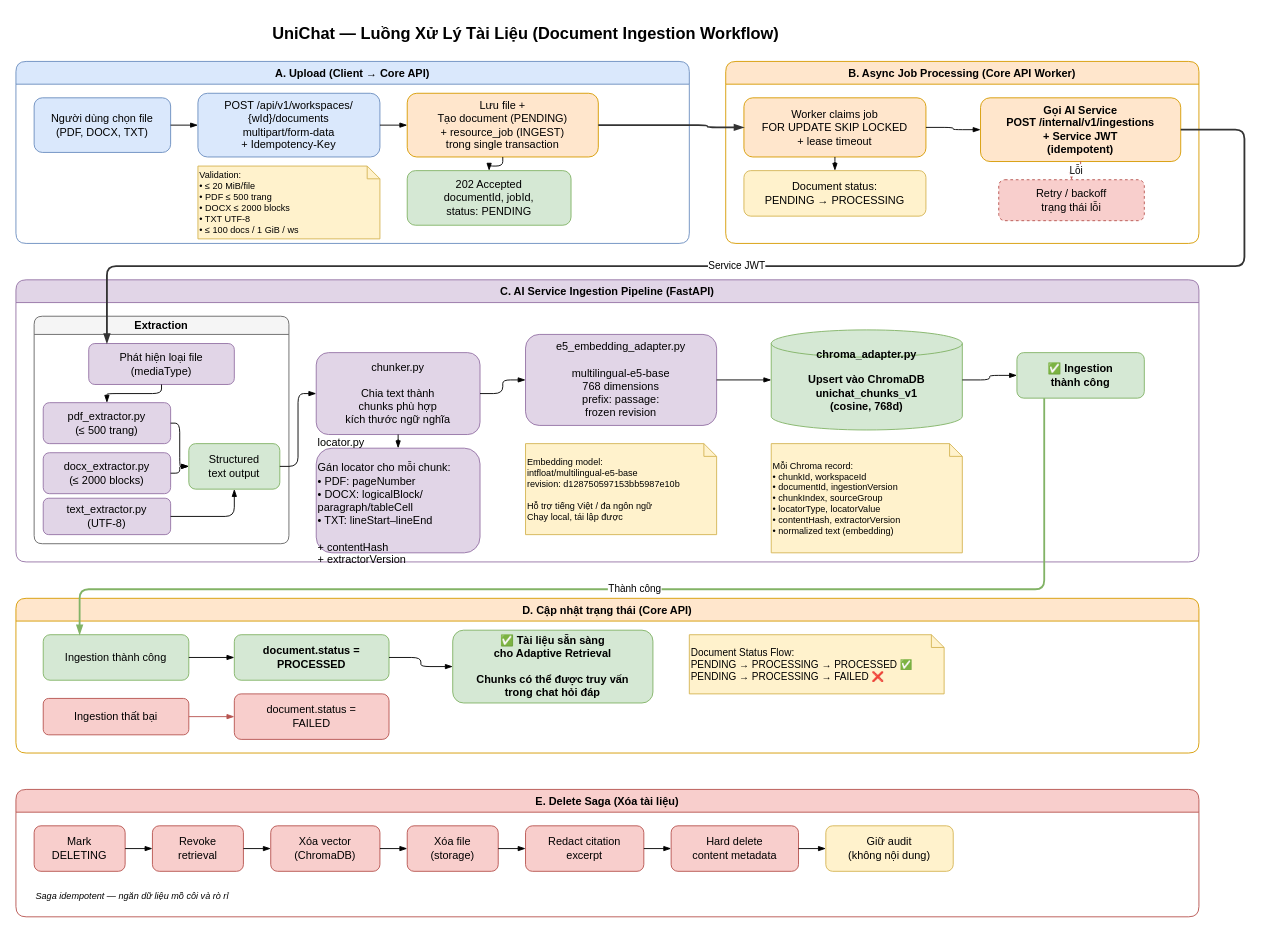
Hiep0718/unichat keeps this draw.io diagram as docs/thesis/05-so-do-drawio/unichat-document-ingestion-workflow.drawio. Above is the earlier version. Source tidied: cells renumbered, new cells numbered last; positions are measured from the earlier drawing's top-left corner, leaving out a move shared by most shapes. Both pictures are drawn from the tidied source at 91%, with x=0, y=0 at pixel (15, 15).
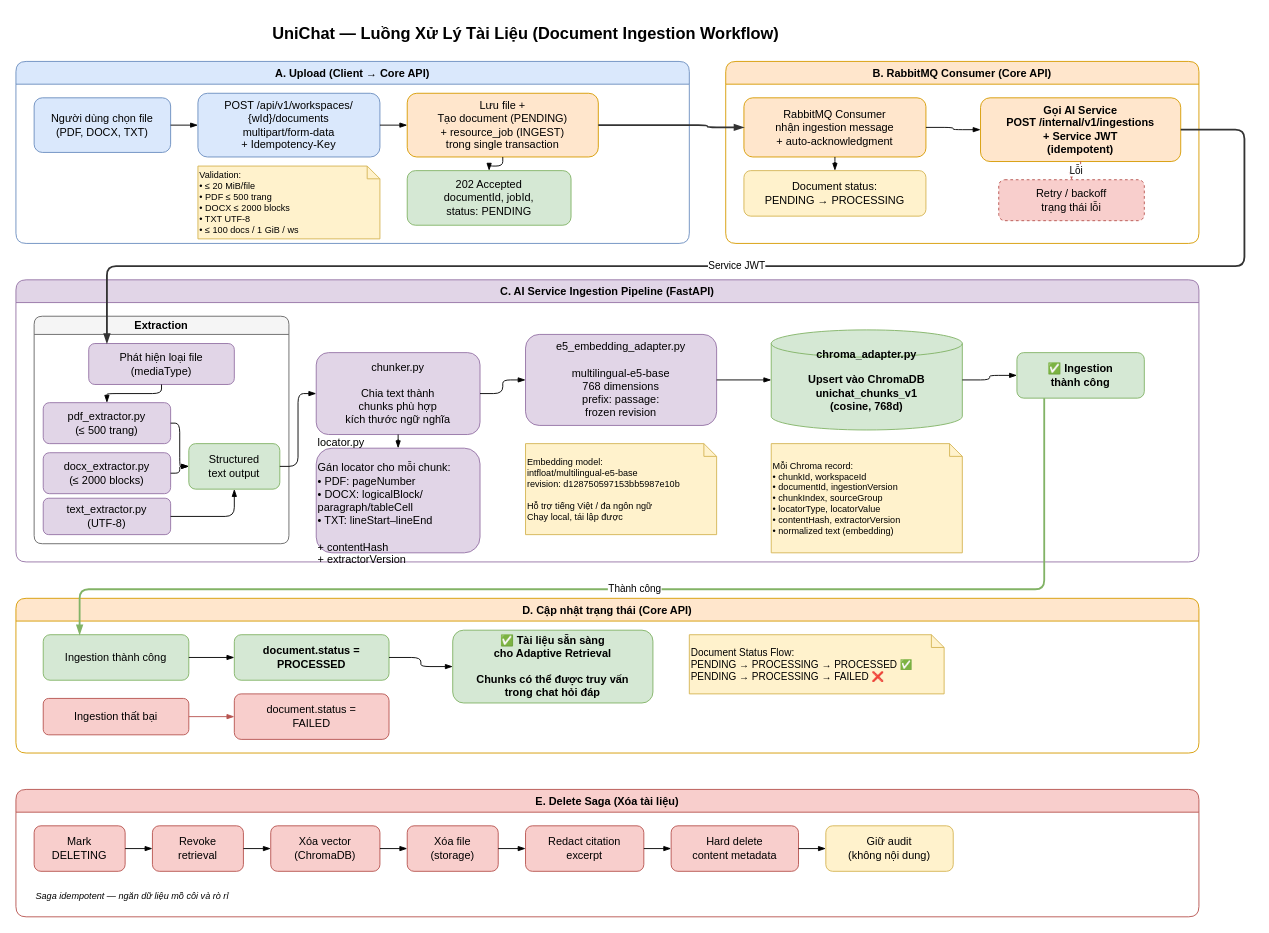
Above is the later version.

What changed in the source:
```diff
@@
-    <mxCell id="12" value="B. Async Job Processing (Core API Worker)" style="swimlane;startSize=25;fillColor=#ffe6cc;strokeColor=#d79b00;fontStyle=1;rounded=1;" parent="1" vertex="1">
+    <mxCell id="12" value="B. RabbitMQ Consumer (Core API)" style="swimlane;startSize=25;fillColor=#ffe6cc;strokeColor=#d79b00;fontStyle=1;rounded=1;" parent="1" vertex="1">
       <mxGeometry x="780" y="50" width="520" height="200" as="geometry" />
     </mxCell>
-    <mxCell id="13" value="Worker claims job&#10;FOR UPDATE SKIP LOCKED&#10;+ lease timeout" style="rounded=1;whiteSpace=wrap;html=1;fillColor=#ffe6cc;strokeColor=#d79b00;" parent="12" vertex="1">
+    <mxCell id="13" value="RabbitMQ Consumer&#10;nhận ingestion message&#10;+ auto-acknowledgment" style="rounded=1;whiteSpace=wrap;html=1;fillColor=#ffe6cc;strokeColor=#d79b00;" parent="12" vertex="1">
       <mxGeometry x="20" y="40" width="200" height="65" as="geometry" />
     </mxCell>
```
